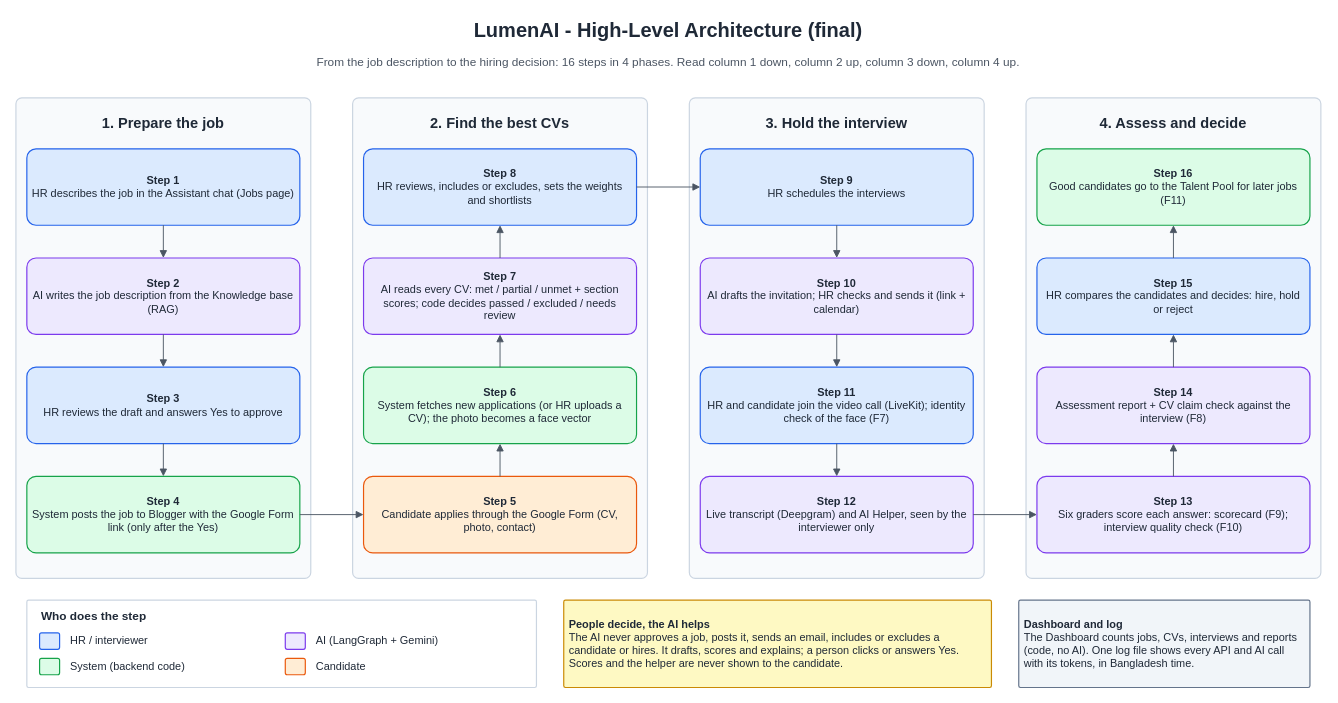
AKSShan10/LumenAi keeps this draw.io diagram as docs/architecture/LumenAI_Final_High_Level_Architecture.drawio. Above is the earlier version. Source tidied: cells renumbered, new cells numbered last; positions are measured from the earlier drawing's top-left corner, leaving out a move shared by most shapes. Both pictures are drawn from the tidied source at 91%, with x=0, y=0 at pixel (15, 15).
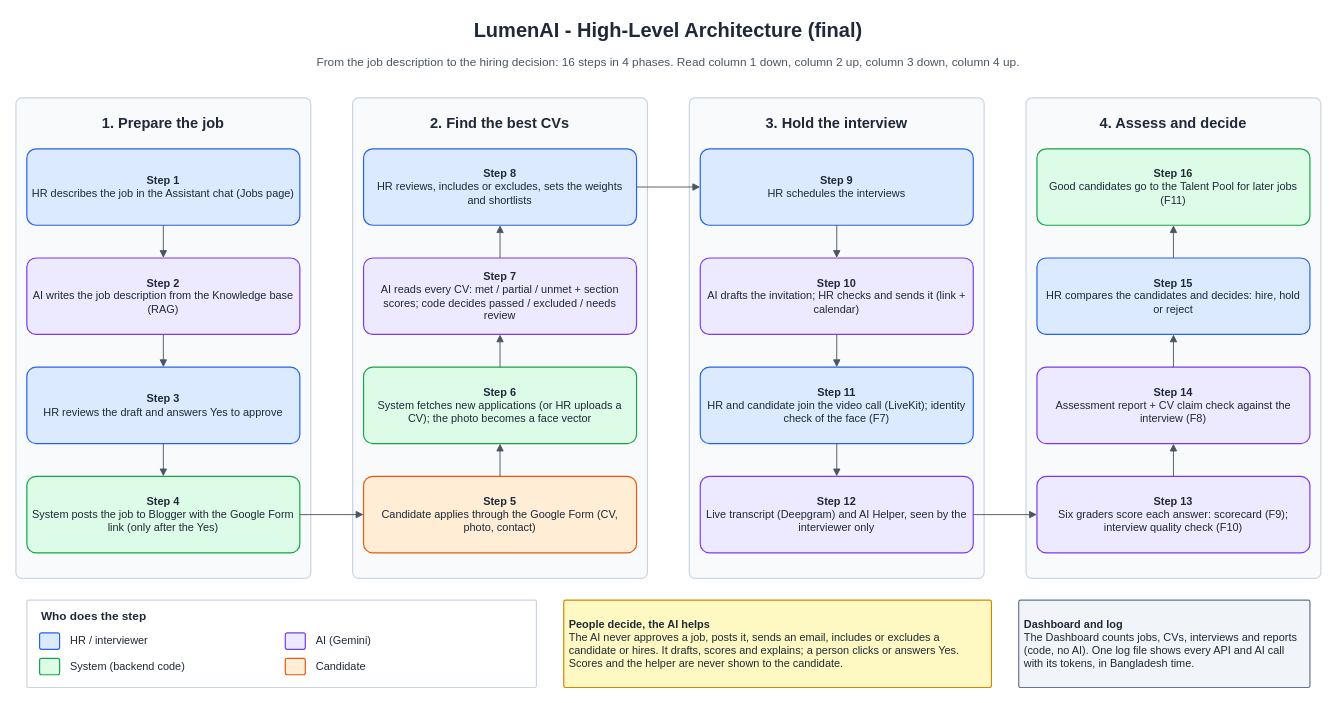
The same page after the edit.

What changed in the source:
```diff
@@
-    <mxCell id="33" value="AI (LangGraph + Gemini)" style="text;strokeColor=none;fillColor=none;html=1;whiteSpace=wrap;fontSize=12;fontColor=#1f2937;align=left;verticalAlign=middle;spacing=6;fontFamily=Helvetica;" parent="1" vertex="1">
+    <mxCell id="33" value="AI (Gemini)" style="text;strokeColor=none;fillColor=none;html=1;whiteSpace=wrap;fontSize=12;fontColor=#1f2937;align=left;verticalAlign=middle;spacing=6;fontFamily=Helvetica;" parent="1" vertex="1">
       <mxGeometry x="324" y="675" width="230" height="24" as="geometry" />
     </mxCell>
```
